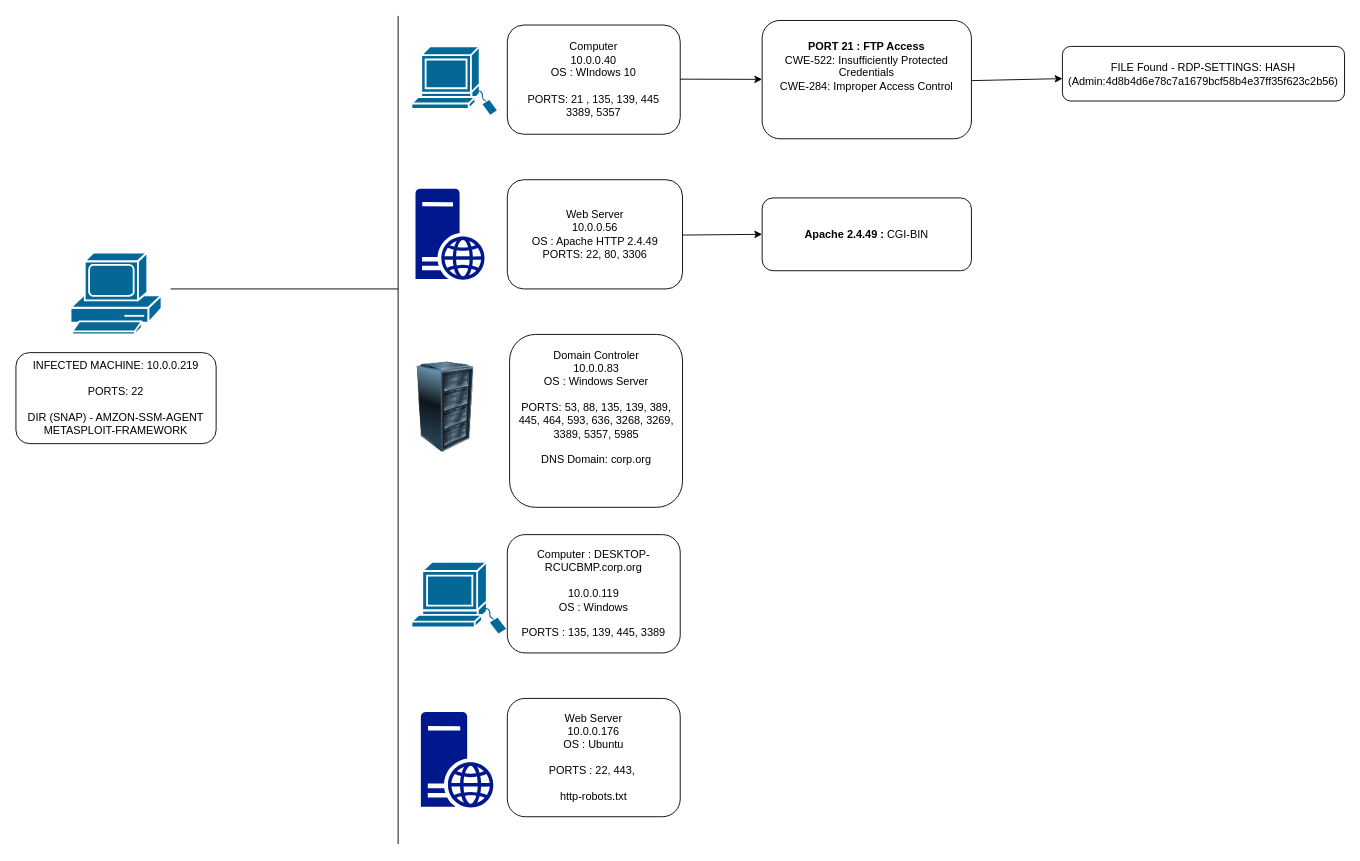
Earlier version of the draw.io diagram Exercises/FinalProject.drawio (RODMS1/ICC-03-personal-repo). Source tidied: cells renumbered, new cells numbered last; positions are measured from the earlier drawing's top-left corner, leaving out a move shared by most shapes. Both pictures are drawn from the tidied source at 91%, with x=0, y=0 at pixel (15, 15).
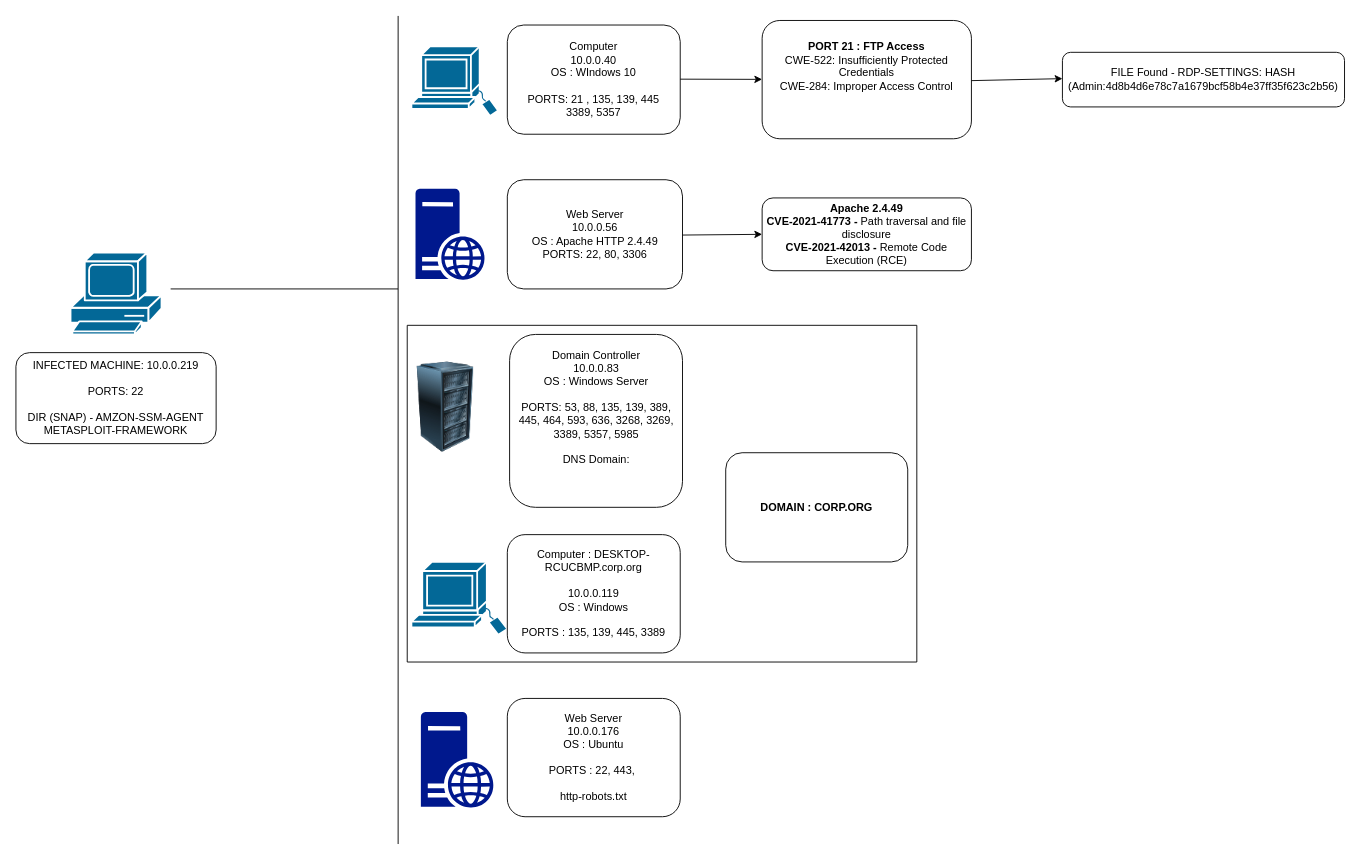
After the change.

What changed in the source:
```diff
@@
-    <mxCell id="9" value="&lt;b&gt;Apache 2.4.49 :&lt;/b&gt;&amp;nbsp;CGI-BIN" style="rounded=1;whiteSpace=wrap;html=1;" parent="1" vertex="1">
+    <mxCell id="9" value="&lt;b&gt;Apache 2.4.49&lt;/b&gt;&lt;br&gt;&lt;b&gt;CVE-2021-41773 - &lt;/b&gt;Path traversal and file disclosure&lt;br&gt;&lt;b&gt;CVE-2021-42013 -&amp;nbsp;&lt;/b&gt;Remote Code Execution (RCE)" style="rounded=1;whiteSpace=wrap;html=1;" parent="1" vertex="1">
       <mxGeometry x="820" y="200" width="230" height="80" as="geometry" />
     </mxCell>
@@
-    <mxCell id="13" value="Domain Controler&lt;div&gt;10.0.0.83&lt;/div&gt;&lt;div&gt;OS : Windows Server&lt;br&gt;&lt;br&gt;PORTS: 53, 88, 135, 139, 389, 445, 464, 593, 636, 3268, 3269, 3389, 5357, 5985&lt;/div&gt;&lt;div&gt;&lt;br&gt;&lt;/div&gt;&lt;div&gt;DNS Domain: corp.org&lt;/div&gt;&lt;div&gt;&lt;br&gt;&lt;/div&gt;&lt;div&gt;&lt;br&gt;&lt;/div&gt;" style="rounded=1;whiteSpace=wrap;html=1;" parent="1" vertex="1">
+    <mxCell id="13" value="Domain Controller&lt;div&gt;10.0.0.83&lt;/div&gt;&lt;div&gt;OS : Windows Server&lt;br&gt;&lt;br&gt;PORTS: 53, 88, 135, 139, 389, 445, 464, 593, 636, 3268, 3269, 3389, 5357, 5985&lt;/div&gt;&lt;div&gt;&lt;br&gt;&lt;/div&gt;&lt;div&gt;DNS Domain:&lt;/div&gt;&lt;div&gt;&lt;br&gt;&lt;/div&gt;&lt;div&gt;&lt;br&gt;&lt;/div&gt;" style="rounded=1;whiteSpace=wrap;html=1;" parent="1" vertex="1">
       <mxGeometry x="542.5" y="350" width="190" height="190" as="geometry" />
     </mxCell>
@@
     <mxCell id="16" value="FILE Found - RDP-SETTINGS: HASH (Admin:4d8b4d6e78c7a1679bcf58b4e37ff35f623c2b56)" style="rounded=1;whiteSpace=wrap;html=1;" parent="1" vertex="1">
-      <mxGeometry x="1150" y="33.5" width="310" height="60" as="geometry" />
+      <mxGeometry x="1150" y="40" width="310" height="60" as="geometry" />
     </mxCell>
@@
+    <mxCell id="23" style="swimlane;startSize=0;" parent="1" vertex="1">
+      <mxGeometry x="430" y="340" width="560" height="370" as="geometry" />
+    </mxCell>
+    <mxCell id="24" value="&lt;b&gt;DOMAIN : CORP.ORG&lt;/b&gt;" style="rounded=1;whiteSpace=wrap;html=1;" parent="23" vertex="1">
+      <mxGeometry x="350" y="140" width="200" height="120" as="geometry" />
+    </mxCell>
```
